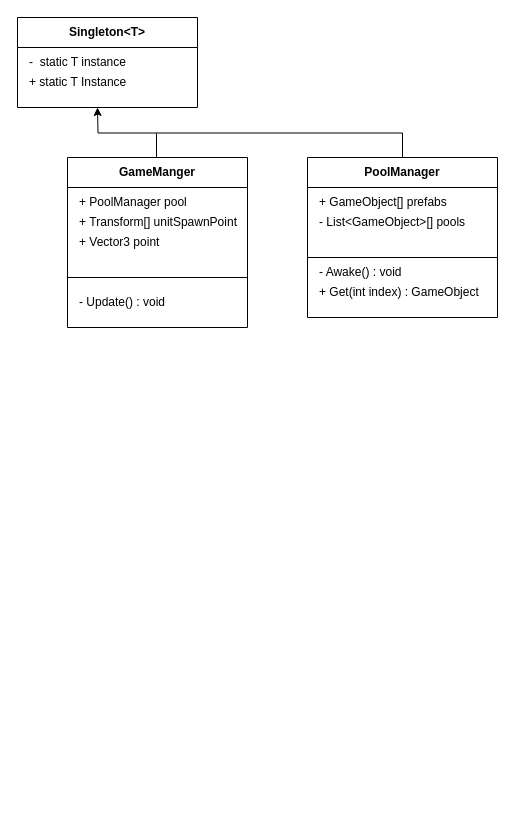
Above: page "Managers" (3 of 3) of Project_CSD.drawio in YJU-Capstone-Design/Capstone-Design (draw.io), before the change. Source tidied: cells renumbered, new cells numbered last; positions are measured from the earlier drawing's top-left corner, leaving out a move shared by most shapes. Both pictures are drawn from the tidied source at 100%, with x=0, y=0 at pixel (17, 17).
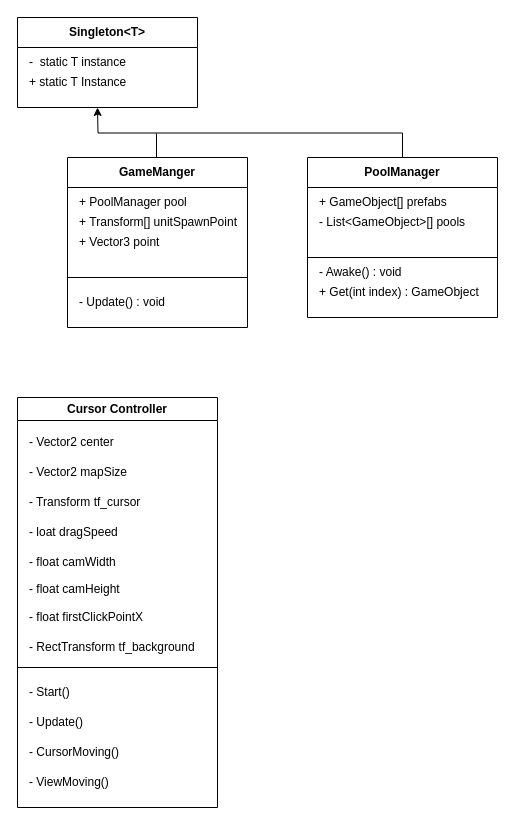
The same diagram, later.

Change to the diagram source:
```diff
@@
+    <mxCell id="19" value="Cursor Controller" style="swimlane;whiteSpace=wrap;html=1;" parent="1" vertex="1">
+      <mxGeometry y="380" width="200" height="410" as="geometry" />
+    </mxCell>
+    <mxCell id="20" value="- Vector2 center" style="text;html=1;align=left;verticalAlign=middle;whiteSpace=wrap;rounded=0;" parent="19" vertex="1">
+      <mxGeometry x="10" y="30" width="160" height="30" as="geometry" />
+    </mxCell>
+    <mxCell id="21" value="- Vector2 mapSize" style="text;html=1;align=left;verticalAlign=middle;whiteSpace=wrap;rounded=0;" parent="19" vertex="1">
+      <mxGeometry x="10" y="60" width="160" height="30" as="geometry" />
+    </mxCell>
+    <mxCell id="22" style="endArrow=none;html=1;rounded=0;entryX=1;entryY=0.5;entryDx=0;entryDy=0;" parent="19" edge="1">
+      <mxGeometry relative="1" as="geometry">
+        <mxPoint y="270" as="sourcePoint" />
+        <mxPoint x="200" y="270" as="targetPoint" />
+      </mxGeometry>
+    </mxCell>
+    <mxCell id="23" value="- Transform tf_cursor" style="text;html=1;align=left;verticalAlign=middle;whiteSpace=wrap;rounded=0;" parent="19" vertex="1">
+      <mxGeometry x="10" y="90" width="160" height="30" as="geometry" />
+    </mxCell>
+    <mxCell id="24" value="- loat dragSpeed" style="text;html=1;align=left;verticalAlign=middle;whiteSpace=wrap;rounded=0;" parent="19" vertex="1">
+      <mxGeometry x="10" y="120" width="160" height="30" as="geometry" />
+    </mxCell>
+    <mxCell id="25" value="- float camWidth" style="text;html=1;align=left;verticalAlign=middle;whiteSpace=wrap;rounded=0;" parent="19" vertex="1">
+      <mxGeometry x="10" y="150" width="160" height="30" as="geometry" />
+    </mxCell>
+    <mxCell id="26" value="- float camHeight" style="text;html=1;align=left;verticalAlign=middle;whiteSpace=wrap;rounded=0;" parent="19" vertex="1">
+      <mxGeometry x="10" y="177" width="160" height="30" as="geometry" />
+    </mxCell>
+    <mxCell id="27" value="- float&amp;nbsp;firstClickPointX" style="text;html=1;align=left;verticalAlign=middle;whiteSpace=wrap;rounded=0;" parent="19" vertex="1">
+      <mxGeometry x="10" y="205" width="160" height="30" as="geometry" />
+    </mxCell>
+    <mxCell id="28" value="- RectTransform tf_background" style="text;html=1;align=left;verticalAlign=middle;whiteSpace=wrap;rounded=0;" parent="19" vertex="1">
+      <mxGeometry x="10" y="235" width="190" height="30" as="geometry" />
+    </mxCell>
+    <mxCell id="29" value="- Start()" style="text;html=1;align=left;verticalAlign=middle;whiteSpace=wrap;rounded=0;" parent="19" vertex="1">
+      <mxGeometry x="10" y="280" width="160" height="30" as="geometry" />
+    </mxCell>
+    <mxCell id="30" value="- Update()" style="text;html=1;align=left;verticalAlign=middle;whiteSpace=wrap;rounded=0;" parent="19" vertex="1">
+      <mxGeometry x="10" y="310" width="160" height="30" as="geometry" />
+    </mxCell>
+    <mxCell id="31" value="- CursorMoving()" style="text;html=1;align=left;verticalAlign=middle;whiteSpace=wrap;rounded=0;" parent="19" vertex="1">
+      <mxGeometry x="10" y="340" width="160" height="30" as="geometry" />
+    </mxCell>
+    <mxCell id="32" value="- ViewMoving()" style="text;html=1;align=left;verticalAlign=middle;whiteSpace=wrap;rounded=0;" parent="19" vertex="1">
+      <mxGeometry x="10" y="370" width="160" height="30" as="geometry" />
+    </mxCell>
```
